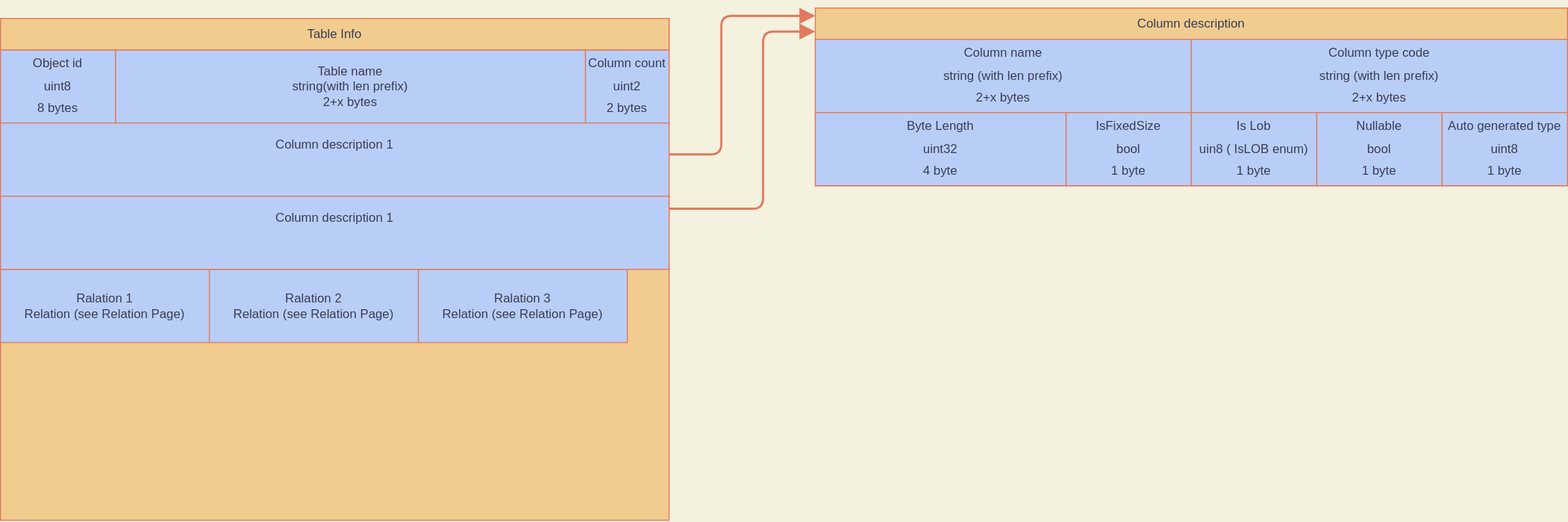
The draw.io diagram documentacion/table_info.doc.svg in Harry29-exe/HomegrownDB, before a commit. Source tidied: cells renumbered, new cells last; positions are measured from the earlier drawing's top-left corner, leaving out a move shared by most shapes.
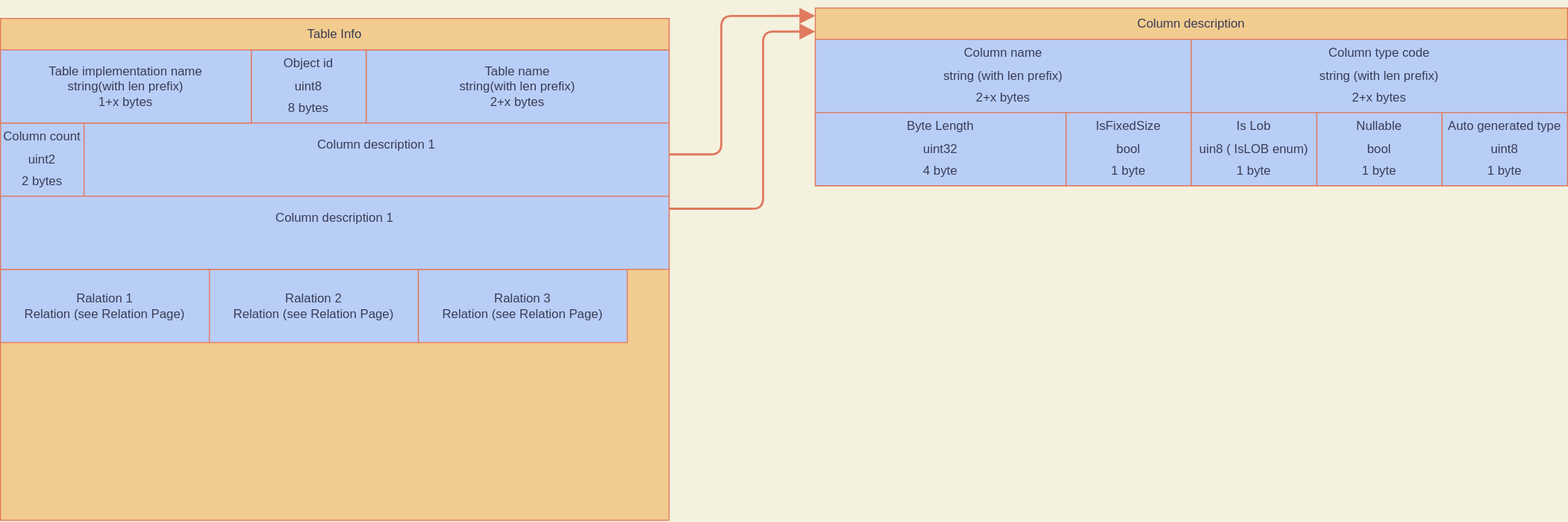
The same diagram one commit later.

What changed in the source:
```diff
@@ -9,10 +9,10 @@
       <mxGeometry y="10" width="640" height="480" as="geometry" />
     </mxCell>
     <mxCell id="4" value="&lt;span&gt;Table name&lt;/span&gt;&lt;br&gt;&lt;span&gt;string(with len prefix)&lt;br&gt;&lt;/span&gt;&lt;span&gt;2+x bytes&lt;/span&gt;&lt;span&gt;&lt;br&gt;&lt;/span&gt;" style="rounded=0;whiteSpace=wrap;html=1;sketch=0;fontColor=#393C56;strokeColor=#E07A5F;fillColor=#B9CEF7;fontStyle=0;labelBackgroundColor=none;" parent="1" vertex="1">
-      <mxGeometry x="110" y="40" width="450" height="70" as="geometry" />
+      <mxGeometry x="350" y="40" width="290" height="70" as="geometry" />
     </mxCell>
     <mxCell id="5" value="&lt;p style=&quot;line-height: 1.8&quot;&gt;Object id&lt;br&gt;uint8&lt;br&gt;8 bytes&lt;/p&gt;" style="rounded=0;whiteSpace=wrap;html=1;sketch=0;fontColor=#393C56;strokeColor=#E07A5F;fillColor=#B9CEF7;fontStyle=0;spacing=2;" parent="1" vertex="1">
-      <mxGeometry y="40" width="110" height="70" as="geometry" />
+      <mxGeometry x="240" y="40" width="110" height="70" as="geometry" />
     </mxCell>
     <mxCell id="6" style="rounded=1;sketch=0;jettySize=auto;html=1;fontColor=#393C56;strokeColor=#E07A5F;fillColor=#F2CC8F;strokeWidth=2;edgeStyle=orthogonalEdgeStyle;endArrow=block;endFill=1;endSize=10;exitX=1;exitY=0.5;exitDx=0;exitDy=0;entryX=0;entryY=0.25;entryDx=0;entryDy=0;" parent="1" edge="1" source="16" target="12">
       <mxGeometry relative="1" as="geometry">
@@ -34,7 +34,7 @@
       </mxGeometry>
     </mxCell>
     <mxCell id="8" value="&lt;p style=&quot;line-height: 1.8&quot;&gt;Column count&lt;br&gt;uint2&lt;br&gt;2 bytes&lt;/p&gt;" style="rounded=0;whiteSpace=wrap;html=1;sketch=0;fontColor=#393C56;strokeColor=#E07A5F;fillColor=#B9CEF7;fontStyle=0;spacing=2;" parent="1" vertex="1">
-      <mxGeometry x="560" y="40" width="80" height="70" as="geometry" />
+      <mxGeometry y="110" width="80" height="70" as="geometry" />
     </mxCell>
     <mxCell id="9" value="Ralation 1&lt;br&gt;Relation (see Relation Page)" style="rounded=0;whiteSpace=wrap;html=1;sketch=0;fontColor=#393C56;strokeColor=#E07A5F;fillColor=#B9CEF7;verticalAlign=middle;" parent="1" vertex="1">
       <mxGeometry y="250" width="200" height="70" as="geometry" />
@@ -58,7 +58,7 @@
       <mxGeometry x="1260" y="100" width="120" height="70" as="geometry" />
     </mxCell>
     <mxCell id="16" value="&lt;span&gt;Column description 1&lt;br&gt;&lt;br&gt;&lt;br&gt;&lt;/span&gt;" style="rounded=0;whiteSpace=wrap;html=1;sketch=0;fontColor=#393C56;strokeColor=#E07A5F;fillColor=#B9CEF7;fontStyle=0;labelBackgroundColor=none;" parent="1" vertex="1">
-      <mxGeometry y="110" width="640" height="70" as="geometry" />
+      <mxGeometry x="80" y="110" width="560" height="70" as="geometry" />
     </mxCell>
     <mxCell id="17" value="&lt;span&gt;Column description 1&lt;br&gt;&lt;br&gt;&lt;br&gt;&lt;/span&gt;" style="rounded=0;whiteSpace=wrap;html=1;sketch=0;fontColor=#393C56;strokeColor=#E07A5F;fillColor=#B9CEF7;fontStyle=0;labelBackgroundColor=none;" parent="1" vertex="1">
       <mxGeometry y="180" width="640" height="70" as="geometry" />
@@ -78,5 +78,8 @@
     <mxCell id="22" value="&lt;p style=&quot;line-height: 1.8&quot;&gt;Is Lob&lt;br&gt;uin8 ( IsLOB enum)&lt;br&gt;1 byte&lt;/p&gt;" style="rounded=0;whiteSpace=wrap;html=1;sketch=0;fontColor=#393C56;strokeColor=#E07A5F;fillColor=#B9CEF7;fontStyle=0;spacing=2;" parent="1" vertex="1">
       <mxGeometry x="1140" y="100" width="120" height="70" as="geometry" />
     </mxCell>
+    <mxCell id="23" value="&lt;span&gt;Table implementation name&lt;/span&gt;&lt;br&gt;&lt;span&gt;string(with len prefix)&lt;br&gt;&lt;/span&gt;&lt;span&gt;1+x bytes&lt;/span&gt;&lt;span&gt;&lt;br&gt;&lt;/span&gt;" style="rounded=0;whiteSpace=wrap;html=1;sketch=0;fontColor=#393C56;strokeColor=#E07A5F;fillColor=#B9CEF7;fontStyle=0;labelBackgroundColor=none;" parent="1" vertex="1">
+      <mxGeometry y="40" width="240" height="70" as="geometry" />
+    </mxCell>
   </root>
 </mxGraphModel>
```
